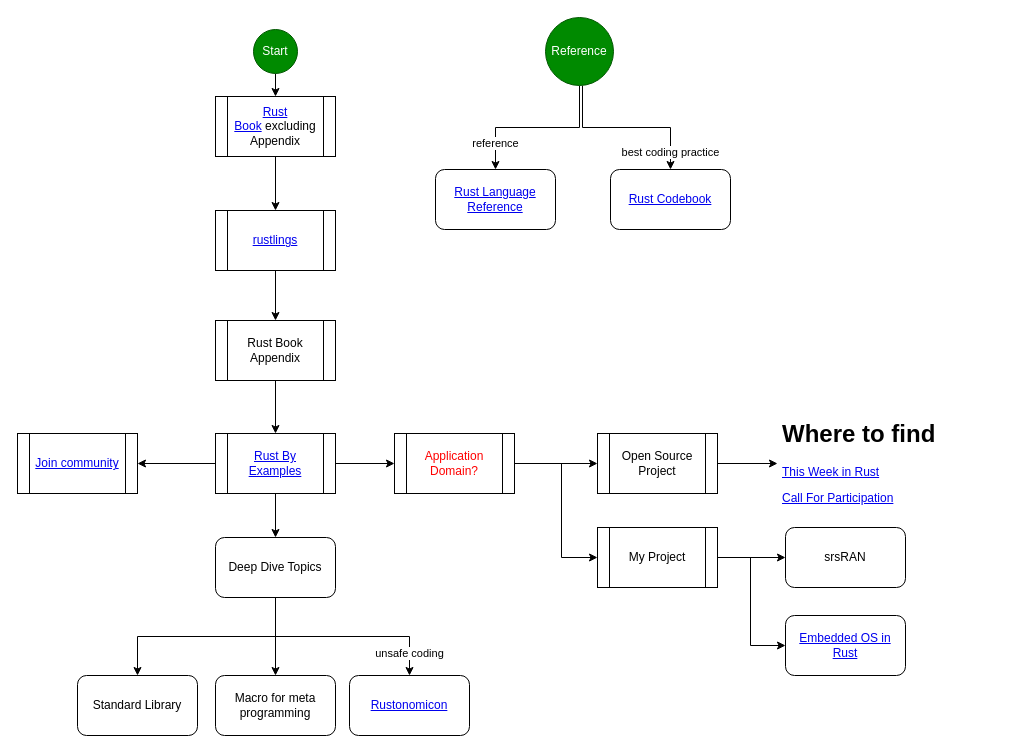
Above: page "roadmap" (1 of 2) of learning_roadmap.drawio in gftea/rust_lang_notes (draw.io), before the change. Source tidied: cells renumbered, new cells numbered last; positions are measured from the earlier drawing's top-left corner, leaving out a move shared by most shapes. Both pictures are drawn from the tidied source at 100%, with x=0, y=0 at pixel (17, 17).
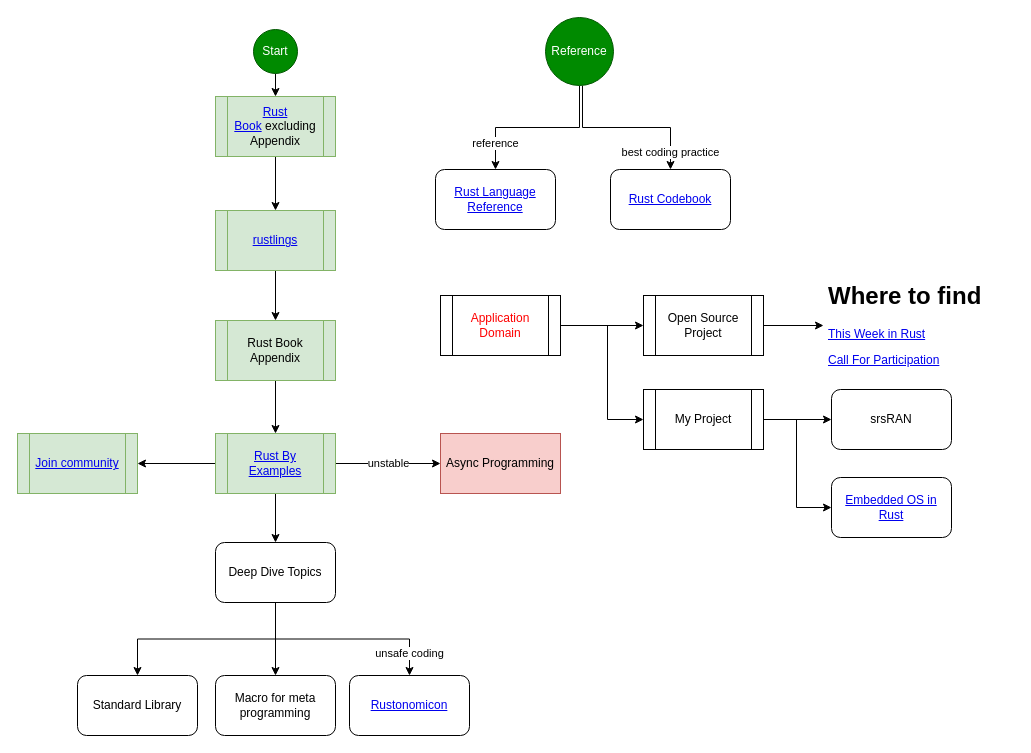
The same page after the edit.

What changed in the source:
```diff
@@
-    <mxCell id="3" value="&lt;a href=&quot;https://doc.rust-lang.org/book/&quot;&gt;Rust Book&lt;/a&gt;&amp;nbsp;excluding Appendix" style="shape=process;whiteSpace=wrap;html=1;backgroundOutline=1;" parent="1" vertex="1">
+    <mxCell id="3" value="&lt;a href=&quot;https://doc.rust-lang.org/book/&quot;&gt;Rust Book&lt;/a&gt;&amp;nbsp;excluding Appendix" style="shape=process;whiteSpace=wrap;html=1;backgroundOutline=1;fillColor=#d5e8d4;strokeColor=#82b366;" parent="1" vertex="1">
       <mxGeometry x="198" y="79" width="120" height="60" as="geometry" />
     </mxCell>
@@
-    <mxCell id="6" value="&lt;a href=&quot;https://github.com/rust-lang/rustlings/&quot;&gt;rustlings&lt;/a&gt;" style="shape=process;whiteSpace=wrap;html=1;backgroundOutline=1;" parent="1" vertex="1">
+    <mxCell id="6" value="&lt;a href=&quot;https://github.com/rust-lang/rustlings/&quot;&gt;rustlings&lt;/a&gt;" style="shape=process;whiteSpace=wrap;html=1;backgroundOutline=1;fillColor=#d5e8d4;strokeColor=#82b366;" parent="1" vertex="1">
       <mxGeometry x="198" y="193" width="120" height="60" as="geometry" />
     </mxCell>
@@
-    <mxCell id="10" style="edgeStyle=orthogonalEdgeStyle;rounded=0;jettySize=auto;html=1;" parent="1" edge="1" source="12" target="21">
-      <mxGeometry relative="1" as="geometry" />
-    </mxCell>
@@
+    <mxCell id="38" value="unstable" style="edgeStyle=orthogonalEdgeStyle;rounded=0;jettySize=auto;html=1;" parent="1" edge="1" source="12" target="39">
+      <mxGeometry relative="1" as="geometry" />
+    </mxCell>
-    <mxCell id="12" value="&lt;a href=&quot;https://doc.rust-lang.org/stable/rust-by-example/&quot;&gt;Rust By Examples&lt;/a&gt;" style="shape=process;whiteSpace=wrap;html=1;backgroundOutline=1;" parent="1" vertex="1">
+    <mxCell id="12" value="&lt;a href=&quot;https://doc.rust-lang.org/stable/rust-by-example/&quot;&gt;Rust By Examples&lt;/a&gt;" style="shape=process;whiteSpace=wrap;html=1;backgroundOutline=1;fillColor=#d5e8d4;strokeColor=#82b366;" parent="1" vertex="1">
       <mxGeometry x="198" y="416" width="120" height="60" as="geometry" />
     </mxCell>
-    <mxCell id="13" value="Rust Book Appendix" style="shape=process;whiteSpace=wrap;html=1;backgroundOutline=1;" parent="1" vertex="1">
+    <mxCell id="13" value="Rust Book Appendix" style="shape=process;whiteSpace=wrap;html=1;backgroundOutline=1;fillColor=#d5e8d4;strokeColor=#82b366;" parent="1" vertex="1">
       <mxGeometry x="198" y="303" width="120" height="60" as="geometry" />
     </mxCell>
     <mxCell id="14" style="edgeStyle=orthogonalEdgeStyle;rounded=0;jettySize=auto;html=1;exitX=1;exitY=0.5;exitDx=0;exitDy=0;" parent="1" edge="1" source="21" target="19">
       <mxGeometry relative="1" as="geometry">
         <Array as="points">
-          <mxPoint x="544" y="446" />
-          <mxPoint x="544" y="540" />
+          <mxPoint x="590" y="308" />
+          <mxPoint x="590" y="402" />
         </Array>
       </mxGeometry>
     </mxCell>
@@
     <mxCell id="16" value="Open Source Project" style="shape=process;whiteSpace=wrap;html=1;backgroundOutline=1;" parent="1" vertex="1">
-      <mxGeometry x="580" y="416" width="120" height="60" as="geometry" />
+      <mxGeometry x="626" y="278" width="120" height="60" as="geometry" />
     </mxCell>
@@
     <mxCell id="18" style="edgeStyle=orthogonalEdgeStyle;rounded=0;jettySize=auto;html=1;" parent="1" edge="1" source="19" target="34">
       <mxGeometry relative="1" as="geometry">
         <Array as="points">
-          <mxPoint x="733" y="540" />
-          <mxPoint x="733" y="628" />
+          <mxPoint x="779" y="402" />
+          <mxPoint x="779" y="490" />
         </Array>
       </mxGeometry>
     </mxCell>
     <mxCell id="19" value="My Project" style="shape=process;whiteSpace=wrap;html=1;backgroundOutline=1;" parent="1" vertex="1">
-      <mxGeometry x="580" y="510" width="120" height="60" as="geometry" />
+      <mxGeometry x="626" y="372" width="120" height="60" as="geometry" />
     </mxCell>
@@
-    <mxCell id="21" value="&lt;font color=&quot;#ff0000&quot;&gt;Application Domain?&lt;/font&gt;" style="shape=process;whiteSpace=wrap;html=1;backgroundOutline=1;" parent="1" vertex="1">
-      <mxGeometry x="377" y="416" width="120" height="60" as="geometry" />
+    <mxCell id="21" value="&lt;font color=&quot;#ff0000&quot;&gt;Application Domain&lt;/font&gt;" style="shape=process;whiteSpace=wrap;html=1;backgroundOutline=1;" parent="1" vertex="1">
+      <mxGeometry x="423" y="278" width="120" height="60" as="geometry" />
     </mxCell>
-    <mxCell id="22" value="&lt;a href=&quot;https://www.rust-lang.org/community&quot;&gt;Join community&lt;/a&gt;" style="shape=process;whiteSpace=wrap;html=1;backgroundOutline=1;" parent="1" vertex="1">
+    <mxCell id="22" value="&lt;a href=&quot;https://www.rust-lang.org/community&quot;&gt;Join community&lt;/a&gt;" style="shape=process;whiteSpace=wrap;html=1;backgroundOutline=1;fillColor=#d5e8d4;strokeColor=#82b366;" parent="1" vertex="1">
       <mxGeometry y="416" width="120" height="60" as="geometry" />
     </mxCell>
@@
     <mxCell id="28" value="Deep Dive Topics" style="rounded=1;whiteSpace=wrap;html=1;" parent="1" vertex="1">
-      <mxGeometry x="198" y="520" width="120" height="60" as="geometry" />
+      <mxGeometry x="198" y="525" width="120" height="60" as="geometry" />
     </mxCell>
@@
     <mxCell id="32" value="&lt;h1&gt;Where to find&lt;/h1&gt;&lt;p&gt;&lt;a href=&quot;https://this-week-in-rust.org/&quot;&gt;This Week in Rust&lt;/a&gt;&lt;/p&gt;&lt;p&gt;&lt;a href=&quot;https://users.rust-lang.org/t/twir-call-for-participation/4821&quot;&gt;Call For Participation&lt;/a&gt;&lt;/p&gt;" style="text;html=1;strokeColor=none;fillColor=none;spacing=5;spacingTop=-20;whiteSpace=wrap;overflow=hidden;rounded=0;" parent="1" vertex="1">
-      <mxGeometry x="760" y="396.5" width="190" height="99" as="geometry" />
+      <mxGeometry x="806" y="258.5" width="190" height="99" as="geometry" />
     </mxCell>
     <mxCell id="33" value="srsRAN" style="rounded=1;whiteSpace=wrap;html=1;" parent="1" vertex="1">
-      <mxGeometry x="768" y="510" width="120" height="60" as="geometry" />
+      <mxGeometry x="814" y="372" width="120" height="60" as="geometry" />
     </mxCell>
     <mxCell id="34" value="&lt;a href=&quot;https://github.com/rust-embedded/rust-raspberrypi-OS-tutorials&quot;&gt;Embedded OS in Rust&lt;/a&gt;" style="rounded=1;whiteSpace=wrap;html=1;" parent="1" vertex="1">
-      <mxGeometry x="768" y="598" width="120" height="60" as="geometry" />
+      <mxGeometry x="814" y="460" width="120" height="60" as="geometry" />
     </mxCell>
@@
+    <mxCell id="39" value="Async Programming" style="whiteSpace=wrap;html=1;fillColor=#f8cecc;strokeColor=#b85450;" parent="1" vertex="1">
+      <mxGeometry x="423" y="416" width="120" height="60" as="geometry" />
+    </mxCell>
```
